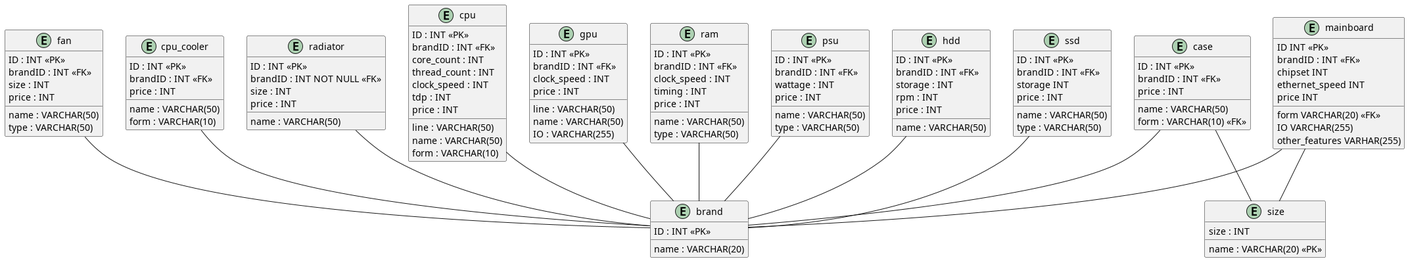
This is database/ERM.png from osakaruhub/BuildAPC, a PlantUML export, as it was before one commit. Source of this version:
```plantuml
@startuml

entity "brand" {
  ID : INT <<PK>>
  name : VARCHAR(20)
}

entity "mainboard" {
  ID INT <<PK>>
  brandID : INT <<FK>>
  chipset INT
  form VARCHAR(20) <<FK>>
  ethernet_speed INT
  IO VARCHAR(255)
  other_features VARHAR(255)
  price INT
}

entity "cpu" {
  ID : INT <<PK>>
  brandID : INT <<FK>>
  line : VARCHAR(50)
  name : VARCHAR(50)
  core_count : INT
  thread_count : INT
  clock_speed : INT
  form : VARCHAR(10)
  tdp : INT
  price : INT
}

entity "gpu" {
  ID : INT <<PK>>
  brandID : INT <<FK>>
  line : VARCHAR(50)
  name : VARCHAR(50)
  clock_speed : INT
  IO : VARCHAR(255)
  price : INT
}

entity "ram" {
  ID : INT <<PK>>
  brandID : INT <<FK>>
  name : VARCHAR(50)
  clock_speed : INT
  timing : INT
  type : VARCHAR(50)
  price : INT
}

entity "psu" {
  ID : INT <<PK>>
  brandID : INT <<FK>>
  name : VARCHAR(50)
  wattage : INT
  type : VARCHAR(50)
  price : INT
}

entity "hdd" {
  ID : INT <<PK>>
  brandID : INT <<FK>>
  name : VARCHAR(50)
  storage : INT
  rpm : INT
  price : INT
}

entity "ssd" {
  ID : INT <<PK>>
  brandID : INT <<FK>>
  name : VARCHAR(50)
  storage INT
  type : VARCHAR(50)
  price : INT
}

entity "case" {
  ID : INT <<PK>>
  brandID : INT <<FK>>
  name : VARCHAR(50)
  form : VARCHAR(10) <<FK>>
  price : INT
}

entity "size" {
  name : VARCHAR(20) <<PK>>
  size : INT
}

entity "fan" {
  ID : INT <<PK>>
  brandID : INT <<FK>>
  name : VARCHAR(50)
  size : INT
  type : VARCHAR(50)
  price : INT
}

entity "cpu_cooler" {
  ID : INT <<PK>>
  brandID : INT <<FK>>
  name : VARCHAR(50)
  form : VARCHAR(10)
  price : INT
}

entity "radiator" {
  ID : INT <<PK>>
  brandID : INT NOT NULL <<FK>>
  name : VARCHAR(50)
  size : INT
  price : INT
}

mainboard -- brand
cpu -- brand
gpu -- brand
ram -- brand
psu -- brand
hdd -- brand
ssd -- brand
case -- brand
fan -- brand
cpu_cooler -- brand
radiator -- brand
case -- size
mainboard -- size
@enduml
```
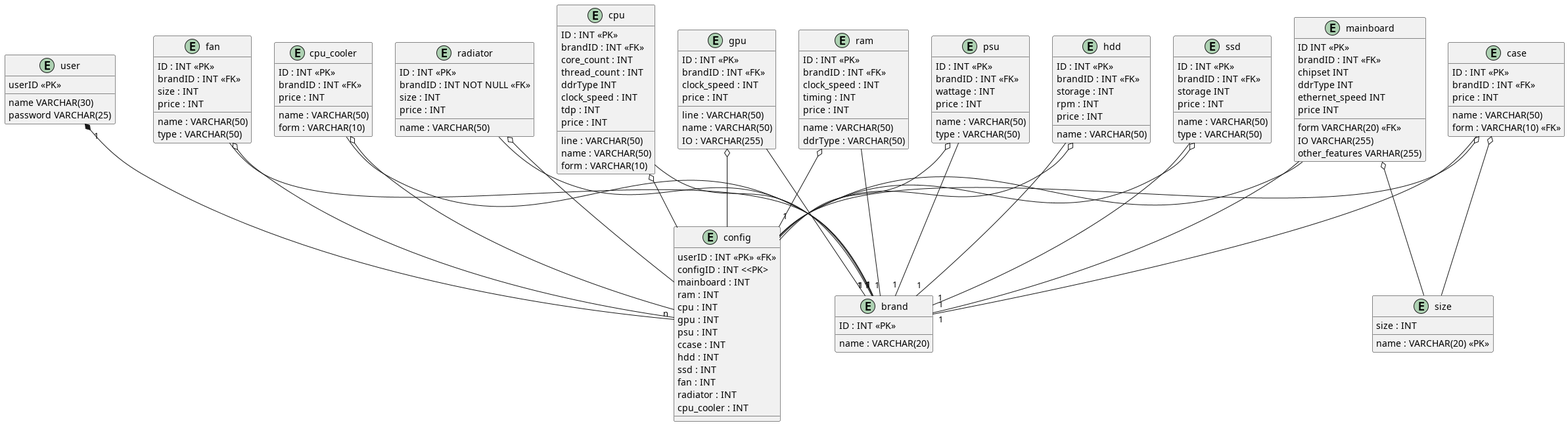
Later version of the same file.

Commit message:
added user+config and relations to PlantUML Diagram

Change to the diagram source:
```diff
@@ -1,4 +1,27 @@
 @startuml
+
+
+entity "user" {
+  userID <<PK>>
+  name VARCHAR(30)
+  password VARCHAR(25)
+}
+
+entity "config" {
+  userID : INT <<PK>> <<FK>>
+  configID : INT <<PK>
+  mainboard : INT
+  ram : INT
+  cpu : INT
+  gpu : INT
+  psu : INT
+  ccase : INT
+  hdd : INT
+  ssd : INT
+  fan : INT
+  radiator : INT
+  cpu_cooler : INT
+}
 
 entity "brand" {
   ID : INT <<PK>>
@@ -10,6 +33,7 @@
   brandID : INT <<FK>>
   chipset INT
   form VARCHAR(20) <<FK>>
+  ddrType INT
   ethernet_speed INT
   IO VARCHAR(255)
   other_features VARHAR(255)
@@ -23,6 +47,7 @@
   name : VARCHAR(50)
   core_count : INT
   thread_count : INT
+  ddrType INT
   clock_speed : INT
   form : VARCHAR(10)
   tdp : INT
@@ -45,7 +70,7 @@
   name : VARCHAR(50)
   clock_speed : INT
   timing : INT
-  type : VARCHAR(50)
+  ddrType : VARCHAR(50)
   price : INT
 }
 
@@ -114,17 +139,29 @@
   price : INT
 }
 
-mainboard -- brand
-cpu -- brand
-gpu -- brand
-ram -- brand
-psu -- brand
-hdd -- brand
-ssd -- brand
-case -- brand
-fan -- brand
-cpu_cooler -- brand
-radiator -- brand
-case -- size
-mainboard -- size
+mainboard -- "1" brand
+cpu -- "1" brand
+gpu -- "1" brand
+ram -- "1" brand
+psu -- "1" brand
+hdd -- "1" brand
+ssd -- "1" brand
+case -- "1" brand
+fan -- "1" brand
+cpu_cooler -- "1" brand
+radiator -- "1" brand
+mainboard -- "1" config
+cpu o-- config
+gpu o-- config
+ram o-- config
+psu o-- config
+hdd o-- config
+ssd o-- config
+case o-- config
+fan o-- config
+cpu_cooler o-- config
+radiator o-- config
+case o-- size
+mainboard o-- size
+user "1" *-- "n" config
 @enduml
```
